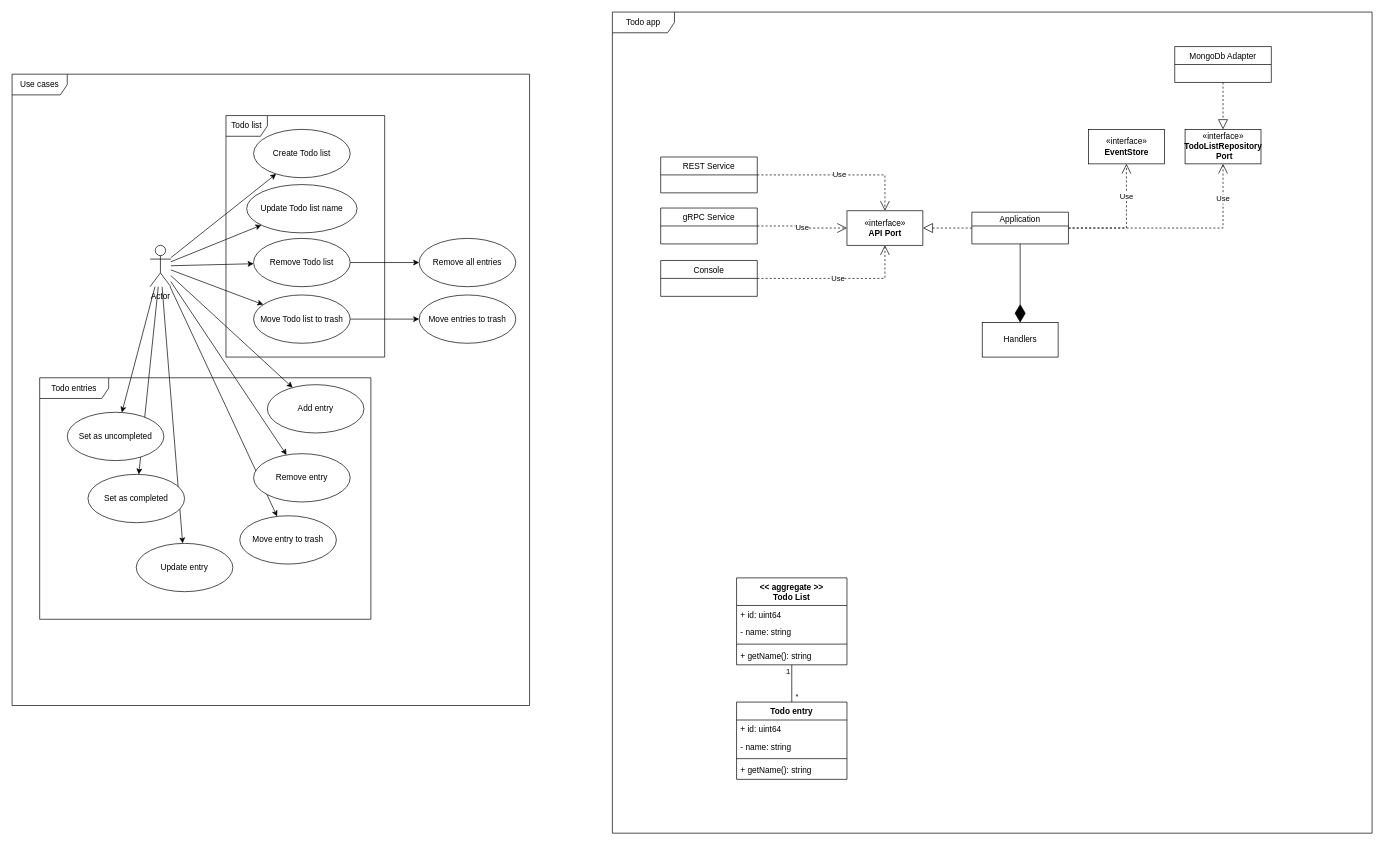
Before: assets/System design.drawio in PiotrKowalski/simple-todo-list, a draw.io diagram. Source tidied: cells renumbered, new cells numbered last; positions are measured from the earlier drawing's top-left corner, leaving out a move shared by most shapes. Both pictures are drawn from the tidied source at 69%, with x=0, y=0 at pixel (12, 12).
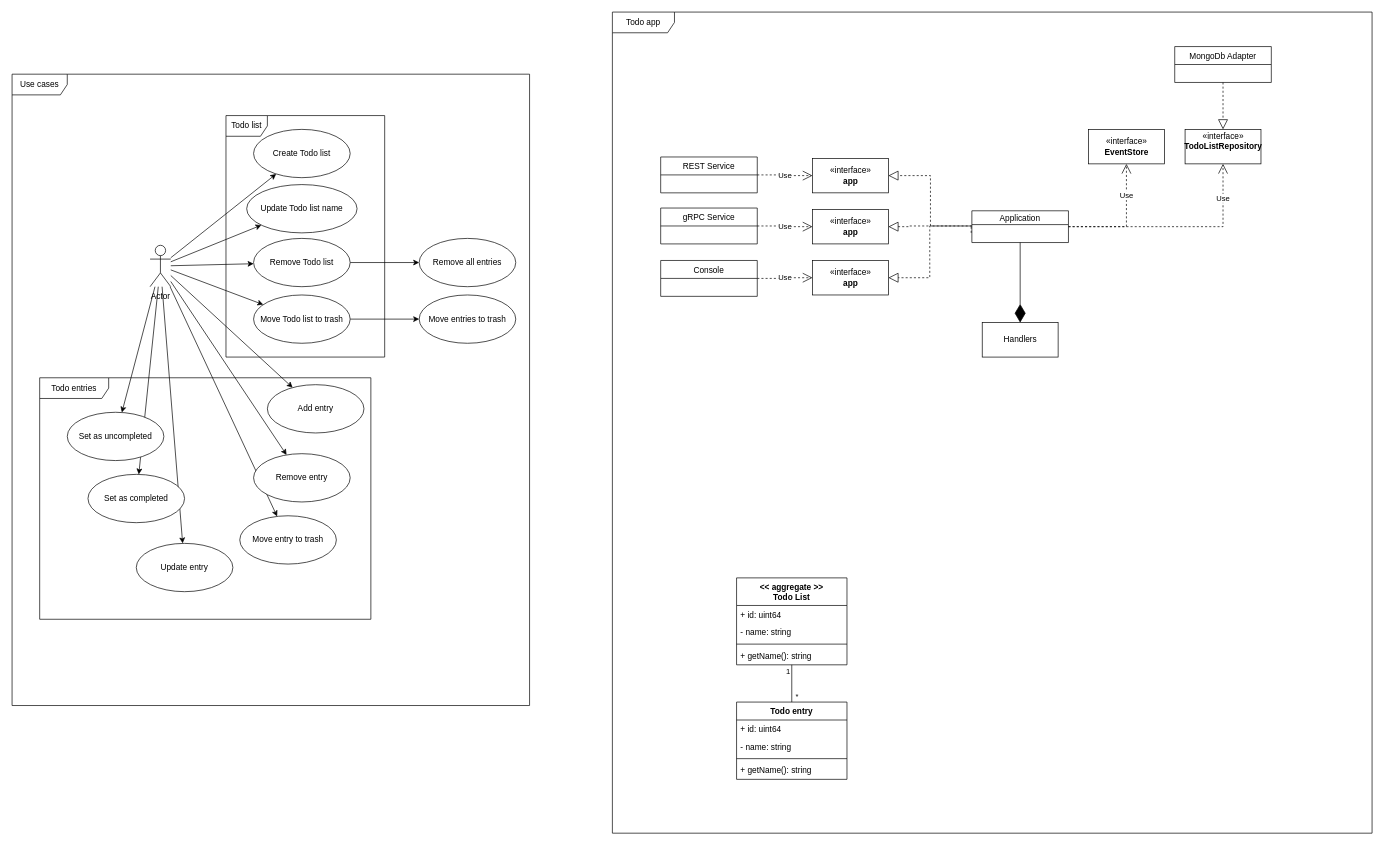
After the change.

Unchanged cells that the change refers to:
```xml
<mxCell id="6" value="REST Service" style="swimlane;fontStyle=0;horizontal=1;startSize=26;fillColor=none;" parent="1" vertex="1">
  <mxGeometry x="940" y="210" width="140" height="52" as="geometry" />
</mxCell>
<mxCell id="57" value="gRPC Service" style="swimlane;fontStyle=0;horizontal=1;startSize=26;fillColor=none;" parent="1" vertex="1">
  <mxGeometry x="940" y="284" width="140" height="52" as="geometry" />
</mxCell>
<mxCell id="59" value="Console" style="swimlane;fontStyle=0;horizontal=1;startSize=26;fillColor=none;" parent="1" vertex="1">
  <mxGeometry x="940" y="360" width="140" height="52" as="geometry" />
</mxCell>
```

The edit, as a diff of the source:
```diff
@@
     <mxCell id="5" value="Application" style="swimlane;fontStyle=0;horizontal=1;startSize=20;fillColor=none;" parent="1" vertex="1">
-      <mxGeometry x="1391" y="290" width="140" height="46" as="geometry" />
+      <mxGeometry x="1391" y="288" width="140" height="46" as="geometry" />
     </mxCell>
@@
-    <mxCell id="7" value="«interface»&lt;br&gt;&lt;b&gt;API Port&lt;/b&gt;" style="html=1;" parent="1" vertex="1">
-      <mxGeometry x="1210" y="288" width="110" height="50" as="geometry" />
-    </mxCell>
-    <mxCell id="8" value="Use" style="endArrow=open;endSize=12;dashed=1;html=1;rounded=0;edgeStyle=orthogonalEdgeStyle;" parent="1" edge="1" source="6" target="7">
+    <mxCell id="8" value="Use" style="endArrow=open;endSize=12;dashed=1;html=1;rounded=0;edgeStyle=orthogonalEdgeStyle;" parent="1" edge="1" source="6" target="61">
       <mxGeometry relative="1" as="geometry" />
     </mxCell>
-    <mxCell id="9" style="endArrow=block;dashed=1;endFill=0;endSize=12;html=1;rounded=0;" parent="1" edge="1" source="5" target="7">
-      <mxGeometry relative="1" as="geometry" />
+    <mxCell id="9" style="endArrow=block;dashed=1;endFill=0;endSize=12;html=1;rounded=0;entryX=1;entryY=0.5;entryDx=0;entryDy=0;edgeStyle=orthogonalEdgeStyle;" parent="1" edge="1" source="5" target="61">
+      <mxGeometry relative="1" as="geometry">
+        <Array as="points">
+          <mxPoint x="1331" y="310" />
+          <mxPoint x="1331" y="237" />
+        </Array>
+      </mxGeometry>
     </mxCell>
@@
-    <mxCell id="52" value="«interface»&lt;br&gt;&lt;b&gt;TodoListRepository&lt;br&gt;&amp;nbsp;Port&lt;/b&gt;" style="html=1;" parent="1" vertex="1">
+    <mxCell id="52" value="«interface»&lt;br&gt;&lt;b&gt;TodoListRepository&lt;br&gt;&lt;br&gt;&lt;/b&gt;" style="html=1;" parent="1" vertex="1">
       <mxGeometry x="1700" y="170" width="110" height="50" as="geometry" />
     </mxCell>
@@
-    <mxCell id="58" value="Use" style="endArrow=open;endSize=12;dashed=1;html=1;rounded=0;edgeStyle=orthogonalEdgeStyle;" parent="1" edge="1" source="57" target="7">
+    <mxCell id="58" value="Use" style="endArrow=open;endSize=12;dashed=1;html=1;rounded=0;edgeStyle=orthogonalEdgeStyle;entryX=0;entryY=0.5;entryDx=0;entryDy=0;" parent="1" edge="1" source="57" target="62">
       <mxGeometry relative="1" as="geometry" />
     </mxCell>
@@
-    <mxCell id="60" value="Use" style="endArrow=open;endSize=12;dashed=1;html=1;rounded=0;edgeStyle=orthogonalEdgeStyle;" parent="1" edge="1" source="59" target="7">
+    <mxCell id="60" value="Use" style="endArrow=open;endSize=12;dashed=1;html=1;rounded=0;edgeStyle=orthogonalEdgeStyle;" parent="1" edge="1" source="59" target="64">
       <mxGeometry relative="1" as="geometry" />
     </mxCell>
+    <mxCell id="61" value="«interface»&lt;br&gt;&lt;b&gt;app&lt;/b&gt;" style="html=1;" parent="1" vertex="1">
+      <mxGeometry x="1160" y="212" width="110" height="50" as="geometry" />
+    </mxCell>
+    <mxCell id="62" value="«interface»&lt;br&gt;&lt;b&gt;app&lt;/b&gt;" style="html=1;" parent="1" vertex="1">
+      <mxGeometry x="1160" y="286" width="110" height="50" as="geometry" />
+    </mxCell>
+    <mxCell id="63" style="endArrow=block;dashed=1;endFill=0;endSize=12;html=1;rounded=0;entryX=1;entryY=0.5;entryDx=0;entryDy=0;edgeStyle=orthogonalEdgeStyle;" parent="1" edge="1" target="62">
+      <mxGeometry relative="1" as="geometry">
+        <mxPoint x="1390" y="320" as="sourcePoint" />
+        <Array as="points">
+          <mxPoint x="1390" y="310" />
+          <mxPoint x="1300" y="310" />
+          <mxPoint x="1300" y="311" />
+        </Array>
+      </mxGeometry>
+    </mxCell>
+    <mxCell id="64" value="«interface»&lt;br&gt;&lt;b&gt;app&lt;/b&gt;" style="html=1;" parent="1" vertex="1">
+      <mxGeometry x="1160" y="360" width="110" height="50" as="geometry" />
+    </mxCell>
+    <mxCell id="65" style="endArrow=block;dashed=1;endFill=0;endSize=12;html=1;rounded=0;edgeStyle=orthogonalEdgeStyle;" parent="1" edge="1" source="5" target="64">
+      <mxGeometry relative="1" as="geometry">
+        <Array as="points">
+          <mxPoint x="1330" y="310" />
+          <mxPoint x="1330" y="385" />
+        </Array>
+      </mxGeometry>
+    </mxCell>
```
